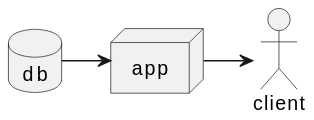
Before: ImplementationGuide/images/diagrams/Components_Example.svg, a diagram exported from PlantUML (gematik/spec-TemplateForSimplifierProjects). Source of this version:
```plantuml
@startuml
actor client
node app
database db

db -> app
app -> client
@enduml
```
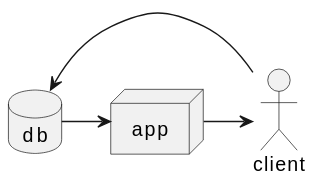
Later version of the same file.

Commit message:
auto-generated diagrams by GitHub Action after source code change

What changed in the source:
```diff
@@ -5,4 +5,5 @@
 
 db -> app
 app -> client
+client -> db
 @enduml
```
